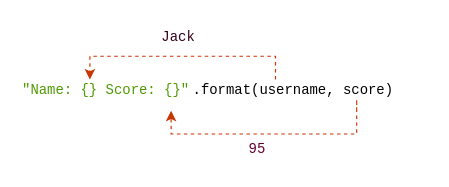
The draw.io diagram fstrings.drawio in mmaleki92/realpython, before the edit. Source tidied: cells renumbered, new cells numbered last; positions are measured from the earlier drawing's top-left corner, leaving out a move shared by most shapes. Both pictures are drawn from the tidied source at 116%, with x=0, y=0 at pixel (20, 20).
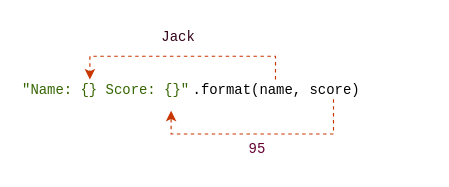
After the change.

Commit message (it also covers changes not shown here):
username -> name in drawio

Change to the diagram source:
```diff
@@
 <mxGraphModel>
   <root>
     <mxCell id="0" />
     <mxCell id="1" parent="0" />
-    <mxCell id="2" value="&quot;Name: {} Score: {}&quot;" style="text;whiteSpace=wrap;fontFamily=Courier New;fontColor=#4D9900;" parent="1" vertex="1">
+    <mxCell id="2" value="&quot;Name: {} Score: {}&quot;" style="text;whiteSpace=wrap;fontFamily=Courier New;fontColor=#346500;" parent="1" vertex="1">
       <mxGeometry y="47" width="330" height="36" as="geometry" />
     </mxCell>
-    <mxCell id="3" value=".format(username, score)" style="text;whiteSpace=wrap;fontFamily=Courier New;" parent="1" vertex="1">
+    <mxCell id="3" value=".format(name, score)" style="text;whiteSpace=wrap;fontFamily=Courier New;strokeColor=none;fillColor=none;fontColor=#000000;" parent="1" vertex="1">
       <mxGeometry x="147" y="47" width="206" height="36" as="geometry" />
     </mxCell>
     <mxCell id="4" style="endArrow=classic;html=1;rounded=0;dashed=1;fillColor=#fa6800;strokeColor=#C73500;" parent="1" edge="1">
       <mxGeometry relative="1" as="geometry">
         <mxPoint x="220" y="51" as="sourcePoint" />
         <mxPoint x="60" y="51" as="targetPoint" />
         <Array as="points">
           <mxPoint x="220" y="41" />
           <mxPoint x="220" y="31" />
           <mxPoint x="60" y="31" />
         </Array>
       </mxGeometry>
     </mxCell>
     <mxCell id="5" style="endArrow=classic;html=1;rounded=0;dashed=1;fillColor=#fa6800;strokeColor=#C73500;" parent="1" edge="1">
       <mxGeometry relative="1" as="geometry">
-        <mxPoint x="290" y="78" as="sourcePoint" />
+        <mxPoint x="270" y="68" as="sourcePoint" />
         <mxPoint x="130" y="78" as="targetPoint" />
         <Array as="points">
-          <mxPoint x="290" y="68" />
-          <mxPoint x="290" y="98" />
+          <mxPoint x="270" y="68" />
+          <mxPoint x="270" y="98" />
           <mxPoint x="130" y="98" />
         </Array>
       </mxGeometry>
     </mxCell>
     <mxCell id="6" value="Jack" style="text;html=1;align=center;verticalAlign=middle;strokeColor=none;fillColor=none;fontFamily=Courier New;fontColor=#33001A;" parent="1" vertex="1">
       <mxGeometry x="111" width="50" height="30" as="geometry" />
     </mxCell>
     <mxCell id="7" value="95" style="text;html=1;align=center;verticalAlign=middle;strokeColor=none;fillColor=none;fontFamily=Courier New;fontColor=#660033;" parent="1" vertex="1">
       <mxGeometry x="184" y="97" width="40" height="30" as="geometry" />
     </mxCell>
   </root>
 </mxGraphModel>
```
